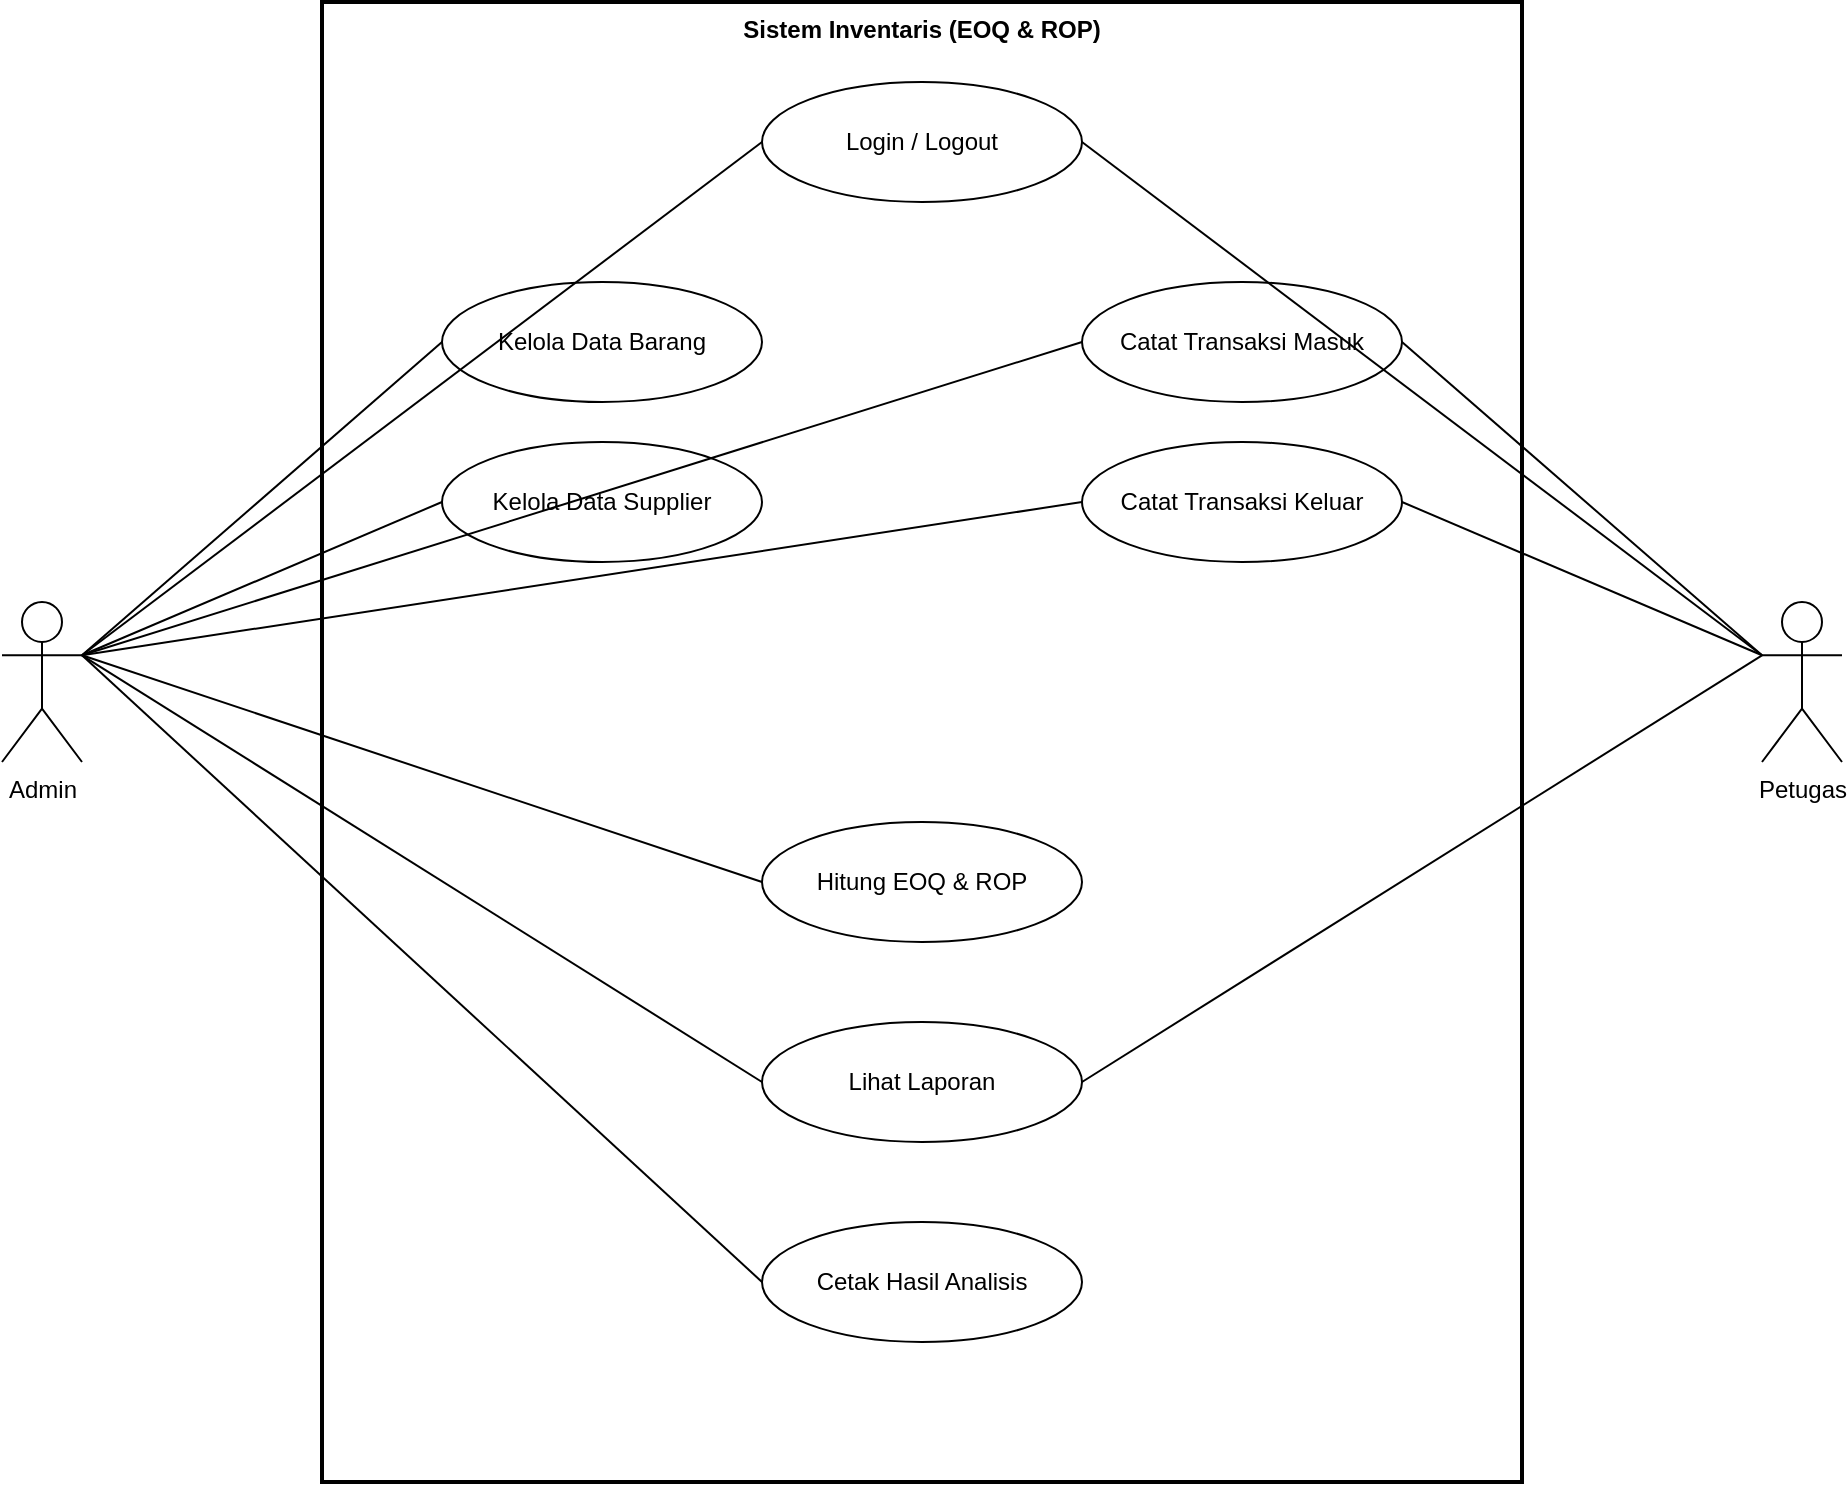
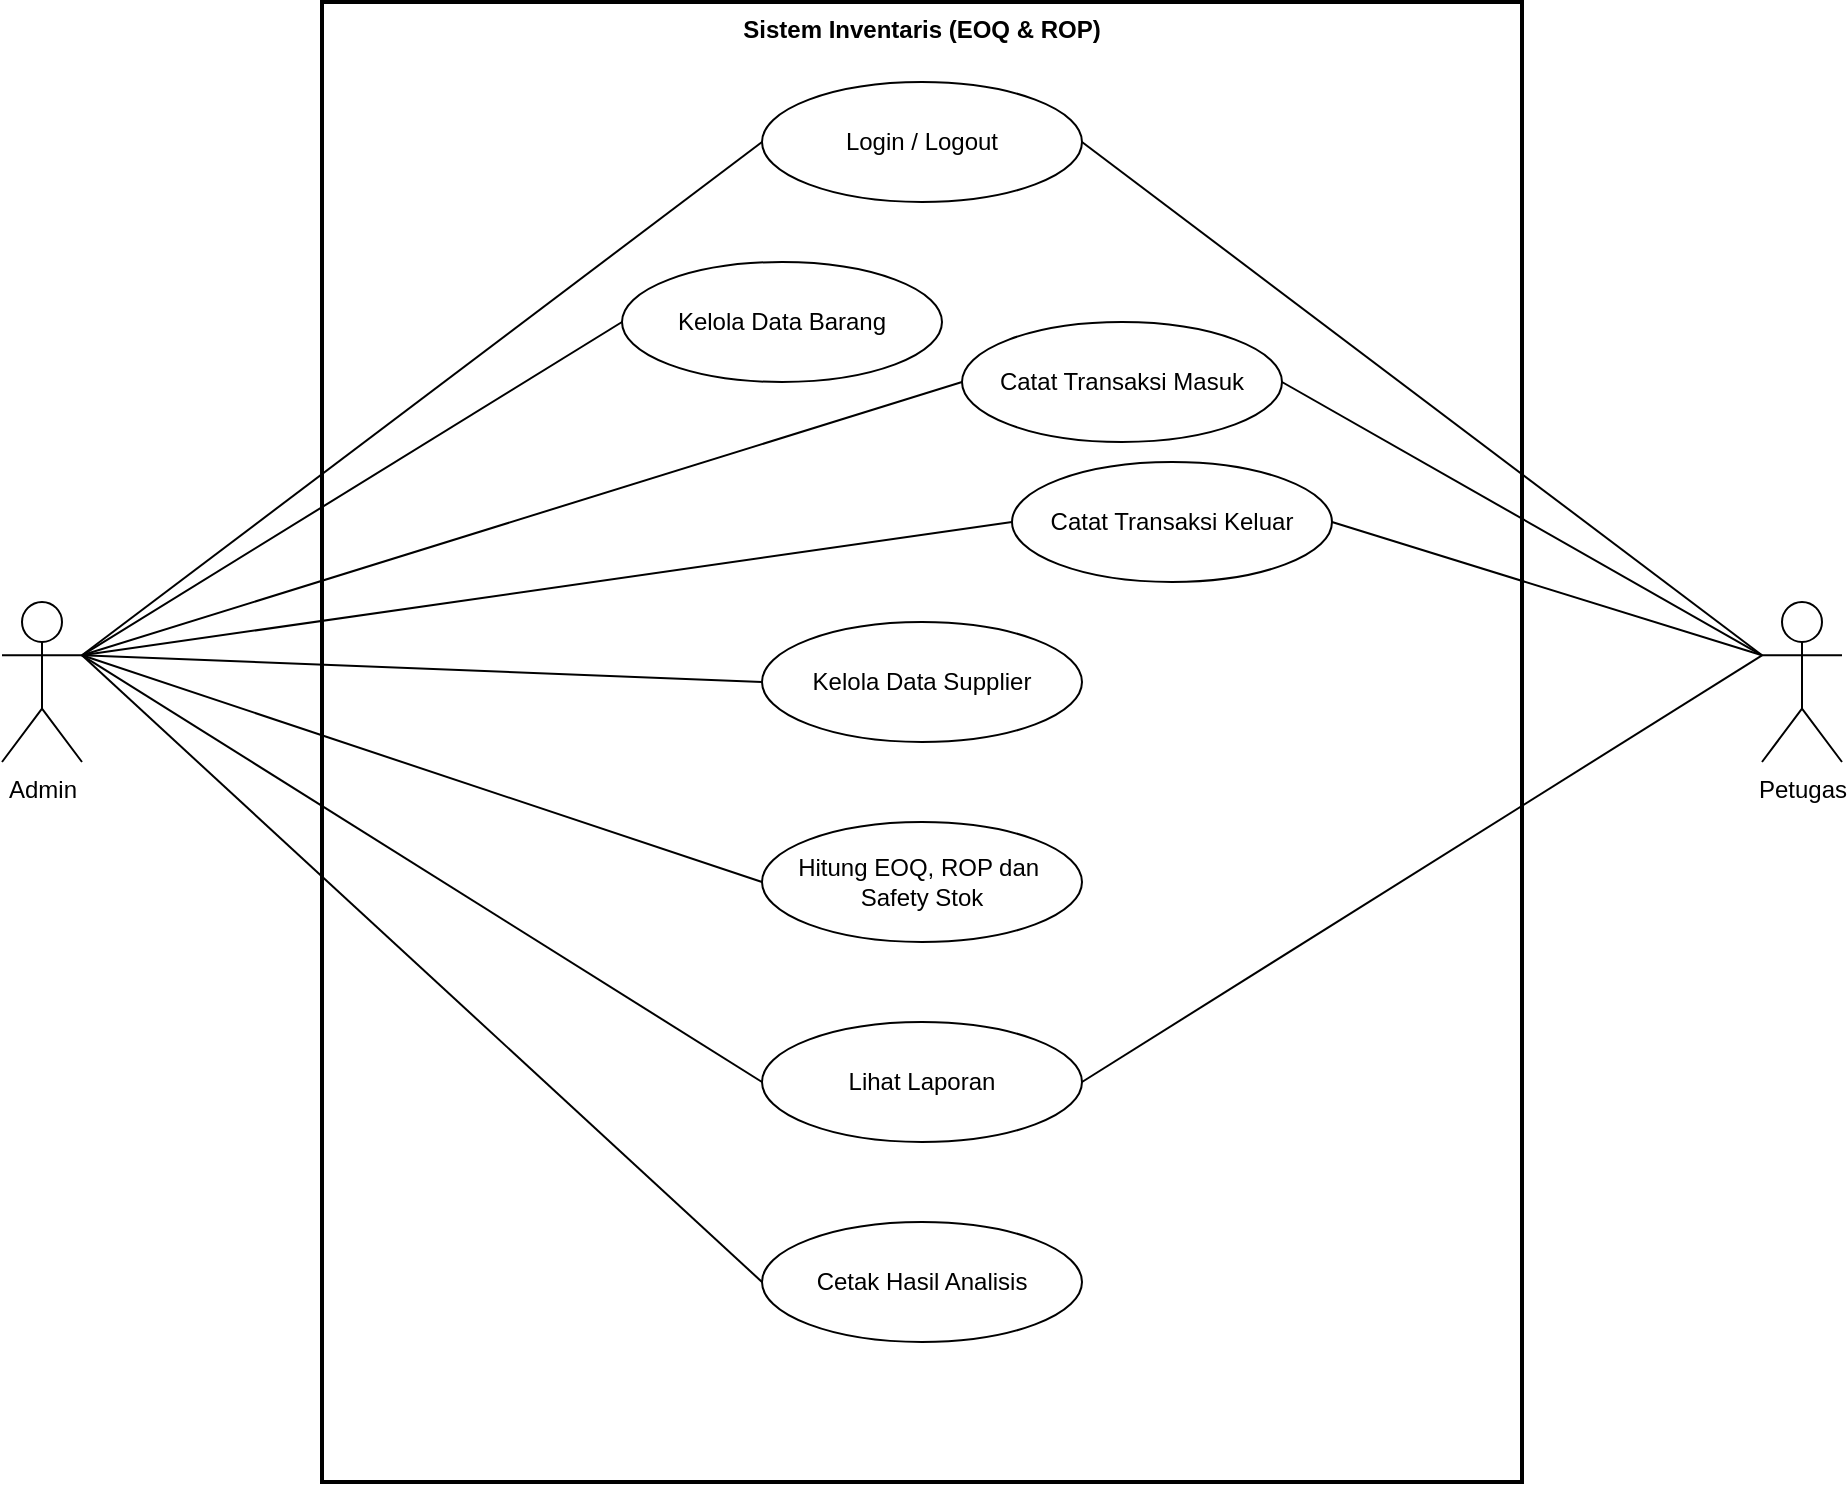
- <?xml version="1.0" encoding="UTF-8"?>
- <mxfile host="Electron" modified="2026-03-13T00:00:00.000Z" agent="5.0" version="21.6.8" type="device">
+ <mxfile host="app.diagrams.net" agent="Mozilla/5.0 (Macintosh; Intel Mac OS X 10_15_7) AppleWebKit/537.36 (KHTML, like Gecko) Chrome/145.0.0.0 Safari/537.36" version="29.6.1">
  <diagram id="Full-UseCase" name="Use Case Diagram">
-     <mxGraphModel dx="1200" dy="1200" grid="1" gridSize="10" guides="1" tooltips="1" connect="1" arrows="1" fold="1" page="1" pageScale="1" pageWidth="1169" pageHeight="827" math="0" shadow="0">
+     <mxGraphModel dx="1280" dy="777" grid="1" gridSize="10" guides="1" tooltips="1" connect="1" arrows="1" fold="1" page="1" pageScale="1" pageWidth="1169" pageHeight="827" math="0" shadow="0">
      <root>
        <mxCell id="0" />
        <mxCell id="1" parent="0" />
- 
-         <!-- System Boundary (ID: 30) -->
-         <mxCell id="30" value="Sistem Inventaris (EOQ &amp; ROP)" style="shape=rectangle;whiteSpace=wrap;html=1;verticalAlign=top;fillColor=none;strokeColor=#000000;strokeWidth=2;dashed=0;fontStyle=1;" vertex="1" parent="1">
-           <mxGeometry x="240" y="40" width="600" height="740" as="geometry" />
+         <mxCell id="30" parent="1" style="shape=rectangle;whiteSpace=wrap;html=1;verticalAlign=top;fillColor=none;strokeColor=#000000;strokeWidth=2;dashed=0;fontStyle=1;" value="Sistem Inventaris (EOQ &amp; ROP)" vertex="1">
+           <mxGeometry height="740" width="600" x="240" y="40" as="geometry" />
        </mxCell>
- 
-         <!-- Actors -->
-         <mxCell id="10" value="Admin" style="shape=umlActor;verticalLabelPosition=bottom;verticalAlign=top;html=1;outlineConnect=0;fillColor=#ffffff;strokeColor=#000000;" vertex="1" parent="1">
-           <mxGeometry x="80" y="340" width="40" height="80" as="geometry" />
+         <mxCell id="10" parent="1" style="shape=umlActor;verticalLabelPosition=bottom;verticalAlign=top;html=1;outlineConnect=0;fillColor=#ffffff;strokeColor=#000000;" value="Admin" vertex="1">
+           <mxGeometry height="80" width="40" x="80" y="340" as="geometry" />
        </mxCell>
-         <mxCell id="20" value="Petugas" style="shape=umlActor;verticalLabelPosition=bottom;verticalAlign=top;html=1;outlineConnect=0;fillColor=#ffffff;strokeColor=#000000;" vertex="1" parent="1">
-           <mxGeometry x="960" y="340" width="40" height="80" as="geometry" />
+         <mxCell id="20" parent="1" style="shape=umlActor;verticalLabelPosition=bottom;verticalAlign=top;html=1;outlineConnect=0;fillColor=#ffffff;strokeColor=#000000;" value="Petugas" vertex="1">
+           <mxGeometry height="80" width="40" x="960" y="340" as="geometry" />
        </mxCell>
- 
-         <!-- Use Cases -->
-         <mxCell id="40" value="Login / Logout" style="ellipse;whiteSpace=wrap;html=1;fillColor=#ffffff;strokeColor=#000000;" vertex="1" parent="1"><mxGeometry x="460" y="80" width="160" height="60" as="geometry" /></mxCell>
-         <mxCell id="41" value="Kelola Data Barang" style="ellipse;whiteSpace=wrap;html=1;fillColor=#ffffff;strokeColor=#000000;" vertex="1" parent="1"><mxGeometry x="300" y="180" width="160" height="60" as="geometry" /></mxCell>
-         <mxCell id="42" value="Kelola Data Supplier" style="ellipse;whiteSpace=wrap;html=1;fillColor=#ffffff;strokeColor=#000000;" vertex="1" parent="1"><mxGeometry x="300" y="260" width="160" height="60" as="geometry" /></mxCell>
-         <mxCell id="43" value="Catat Transaksi Masuk" style="ellipse;whiteSpace=wrap;html=1;fillColor=#ffffff;strokeColor=#000000;" vertex="1" parent="1"><mxGeometry x="620" y="180" width="160" height="60" as="geometry" /></mxCell>
-         <mxCell id="44" value="Catat Transaksi Keluar" style="ellipse;whiteSpace=wrap;html=1;fillColor=#ffffff;strokeColor=#000000;" vertex="1" parent="1"><mxGeometry x="620" y="260" width="160" height="60" as="geometry" /></mxCell>
-         <mxCell id="45" value="Hitung EOQ &amp; ROP" style="ellipse;whiteSpace=wrap;html=1;fillColor=#ffffff;strokeColor=#000000;" vertex="1" parent="1"><mxGeometry x="460" y="450" width="160" height="60" as="geometry" /></mxCell>
-         <mxCell id="46" value="Lihat Laporan" style="ellipse;whiteSpace=wrap;html=1;fillColor=#ffffff;strokeColor=#000000;" vertex="1" parent="1"><mxGeometry x="460" y="550" width="160" height="60" as="geometry" /></mxCell>
-         <mxCell id="47" value="Cetak Hasil Analisis" style="ellipse;whiteSpace=wrap;html=1;fillColor=#ffffff;strokeColor=#000000;" vertex="1" parent="1"><mxGeometry x="460" y="650" width="160" height="60" as="geometry" /></mxCell>
- 
-         <!-- Associations: Admin (Source: 10) -->
-         <mxCell id="60" value="" style="endArrow=none;html=1;rounded=0;exitX=1;exitY=0.333;entryX=0;entryY=0.5;" edge="1" parent="1" source="10" target="40"><mxGeometry relative="1" as="geometry" /></mxCell>
-         <mxCell id="61" value="" style="endArrow=none;html=1;rounded=0;exitX=1;exitY=0.333;entryX=0;entryY=0.5;" edge="1" parent="1" source="10" target="41"><mxGeometry relative="1" as="geometry" /></mxCell>
-         <mxCell id="62" value="" style="endArrow=none;html=1;rounded=0;exitX=1;exitY=0.333;entryX=0;entryY=0.5;" edge="1" parent="1" source="10" target="42"><mxGeometry relative="1" as="geometry" /></mxCell>
-         <mxCell id="63" value="" style="endArrow=none;html=1;rounded=0;exitX=1;exitY=0.333;entryX=0;entryY=0.5;" edge="1" parent="1" source="10" target="43"><mxGeometry relative="1" as="geometry" /></mxCell>
-         <mxCell id="64" value="" style="endArrow=none;html=1;rounded=0;exitX=1;exitY=0.333;entryX=0;entryY=0.5;" edge="1" parent="1" source="10" target="44"><mxGeometry relative="1" as="geometry" /></mxCell>
-         <mxCell id="65" value="" style="endArrow=none;html=1;rounded=0;exitX=1;exitY=0.333;entryX=0;entryY=0.5;" edge="1" parent="1" source="10" target="45"><mxGeometry relative="1" as="geometry" /></mxCell>
-         <mxCell id="66" value="" style="endArrow=none;html=1;rounded=0;exitX=1;exitY=0.333;entryX=0;entryY=0.5;" edge="1" parent="1" source="10" target="46"><mxGeometry relative="1" as="geometry" /></mxCell>
-         <mxCell id="67" value="" style="endArrow=none;html=1;rounded=0;exitX=1;exitY=0.333;entryX=0;entryY=0.5;" edge="1" parent="1" source="10" target="47"><mxGeometry relative="1" as="geometry" /></mxCell>
- 
-         <!-- Associations: Petugas (Source: 20) -->
-         <mxCell id="70" value="" style="endArrow=none;html=1;rounded=0;exitX=0;exitY=0.333;entryX=1;entryY=0.5;" edge="1" parent="1" source="20" target="40"><mxGeometry relative="1" as="geometry" /></mxCell>
-         <mxCell id="71" value="" style="endArrow=none;html=1;rounded=0;exitX=0;exitY=0.333;entryX=1;entryY=0.5;" edge="1" parent="1" source="20" target="43"><mxGeometry relative="1" as="geometry" /></mxCell>
-         <mxCell id="72" value="" style="endArrow=none;html=1;rounded=0;exitX=0;exitY=0.333;entryX=1;entryY=0.5;" edge="1" parent="1" source="20" target="44"><mxGeometry relative="1" as="geometry" /></mxCell>
-         <mxCell id="73" value="" style="endArrow=none;html=1;rounded=0;exitX=0;exitY=0.333;entryX=1;entryY=0.5;" edge="1" parent="1" source="20" target="46"><mxGeometry relative="1" as="geometry" /></mxCell>
- 
+         <mxCell id="40" parent="1" style="ellipse;whiteSpace=wrap;html=1;fillColor=#ffffff;strokeColor=#000000;" value="Login / Logout" vertex="1">
+           <mxGeometry height="60" width="160" x="460" y="80" as="geometry" />
+         </mxCell>
+         <mxCell id="41" parent="1" style="ellipse;whiteSpace=wrap;html=1;fillColor=#ffffff;strokeColor=#000000;" value="Kelola Data Barang" vertex="1">
+           <mxGeometry height="60" width="160" x="390" y="170" as="geometry" />
+         </mxCell>
+         <mxCell id="42" parent="1" style="ellipse;whiteSpace=wrap;html=1;fillColor=#ffffff;strokeColor=#000000;" value="Kelola Data Supplier" vertex="1">
+           <mxGeometry height="60" width="160" x="460" y="350" as="geometry" />
+         </mxCell>
+         <mxCell id="43" parent="1" style="ellipse;whiteSpace=wrap;html=1;fillColor=#ffffff;strokeColor=#000000;" value="Catat Transaksi Masuk" vertex="1">
+           <mxGeometry height="60" width="160" x="560" y="200" as="geometry" />
+         </mxCell>
+         <mxCell id="44" parent="1" style="ellipse;whiteSpace=wrap;html=1;fillColor=#ffffff;strokeColor=#000000;" value="Catat Transaksi Keluar" vertex="1">
+           <mxGeometry height="60" width="160" x="585" y="270" as="geometry" />
+         </mxCell>
+         <mxCell id="45" parent="1" style="ellipse;whiteSpace=wrap;html=1;fillColor=#ffffff;strokeColor=#000000;" value="Hitung EOQ, ROP dan&amp;nbsp;&lt;div&gt;Safety Stok&lt;/div&gt;" vertex="1">
+           <mxGeometry height="60" width="160" x="460" y="450" as="geometry" />
+         </mxCell>
+         <mxCell id="46" parent="1" style="ellipse;whiteSpace=wrap;html=1;fillColor=#ffffff;strokeColor=#000000;" value="Lihat Laporan" vertex="1">
+           <mxGeometry height="60" width="160" x="460" y="550" as="geometry" />
+         </mxCell>
+         <mxCell id="47" parent="1" style="ellipse;whiteSpace=wrap;html=1;fillColor=#ffffff;strokeColor=#000000;" value="Cetak Hasil Analisis" vertex="1">
+           <mxGeometry height="60" width="160" x="460" y="650" as="geometry" />
+         </mxCell>
+         <mxCell id="60" edge="1" parent="1" source="10" style="endArrow=none;html=1;rounded=0;exitX=1;exitY=0.333;entryX=0;entryY=0.5;" target="40" value="">
+           <mxGeometry relative="1" as="geometry" />
+         </mxCell>
+         <mxCell id="61" edge="1" parent="1" source="10" style="endArrow=none;html=1;rounded=0;exitX=1;exitY=0.333;entryX=0;entryY=0.5;" target="41" value="">
+           <mxGeometry relative="1" as="geometry" />
+         </mxCell>
+         <mxCell id="62" edge="1" parent="1" source="10" style="endArrow=none;html=1;rounded=0;exitX=1;exitY=0.333;entryX=0;entryY=0.5;" target="42" value="">
+           <mxGeometry relative="1" as="geometry" />
+         </mxCell>
+         <mxCell id="63" edge="1" parent="1" source="10" style="endArrow=none;html=1;rounded=0;exitX=1;exitY=0.333;entryX=0;entryY=0.5;" target="43" value="">
+           <mxGeometry relative="1" as="geometry" />
+         </mxCell>
+         <mxCell id="64" edge="1" parent="1" source="10" style="endArrow=none;html=1;rounded=0;exitX=1;exitY=0.333;entryX=0;entryY=0.5;" target="44" value="">
+           <mxGeometry relative="1" as="geometry" />
+         </mxCell>
+         <mxCell id="65" edge="1" parent="1" source="10" style="endArrow=none;html=1;rounded=0;exitX=1;exitY=0.333;entryX=0;entryY=0.5;" target="45" value="">
+           <mxGeometry relative="1" as="geometry" />
+         </mxCell>
+         <mxCell id="66" edge="1" parent="1" source="10" style="endArrow=none;html=1;rounded=0;exitX=1;exitY=0.333;entryX=0;entryY=0.5;" target="46" value="">
+           <mxGeometry relative="1" as="geometry" />
+         </mxCell>
+         <mxCell id="67" edge="1" parent="1" source="10" style="endArrow=none;html=1;rounded=0;exitX=1;exitY=0.333;entryX=0;entryY=0.5;" target="47" value="">
+           <mxGeometry relative="1" as="geometry" />
+         </mxCell>
+         <mxCell id="70" edge="1" parent="1" source="20" style="endArrow=none;html=1;rounded=0;exitX=0;exitY=0.333;entryX=1;entryY=0.5;" target="40" value="">
+           <mxGeometry relative="1" as="geometry" />
+         </mxCell>
+         <mxCell id="71" edge="1" parent="1" source="20" style="endArrow=none;html=1;rounded=0;exitX=0;exitY=0.333;entryX=1;entryY=0.5;" target="43" value="">
+           <mxGeometry relative="1" as="geometry" />
+         </mxCell>
+         <mxCell id="72" edge="1" parent="1" source="20" style="endArrow=none;html=1;rounded=0;exitX=0;exitY=0.333;entryX=1;entryY=0.5;" target="44" value="">
+           <mxGeometry relative="1" as="geometry" />
+         </mxCell>
+         <mxCell id="73" edge="1" parent="1" source="20" style="endArrow=none;html=1;rounded=0;exitX=0;exitY=0.333;entryX=1;entryY=0.5;" target="46" value="">
+           <mxGeometry relative="1" as="geometry" />
+         </mxCell>
      </root>
    </mxGraphModel>
  </diagram>
</mxfile>
